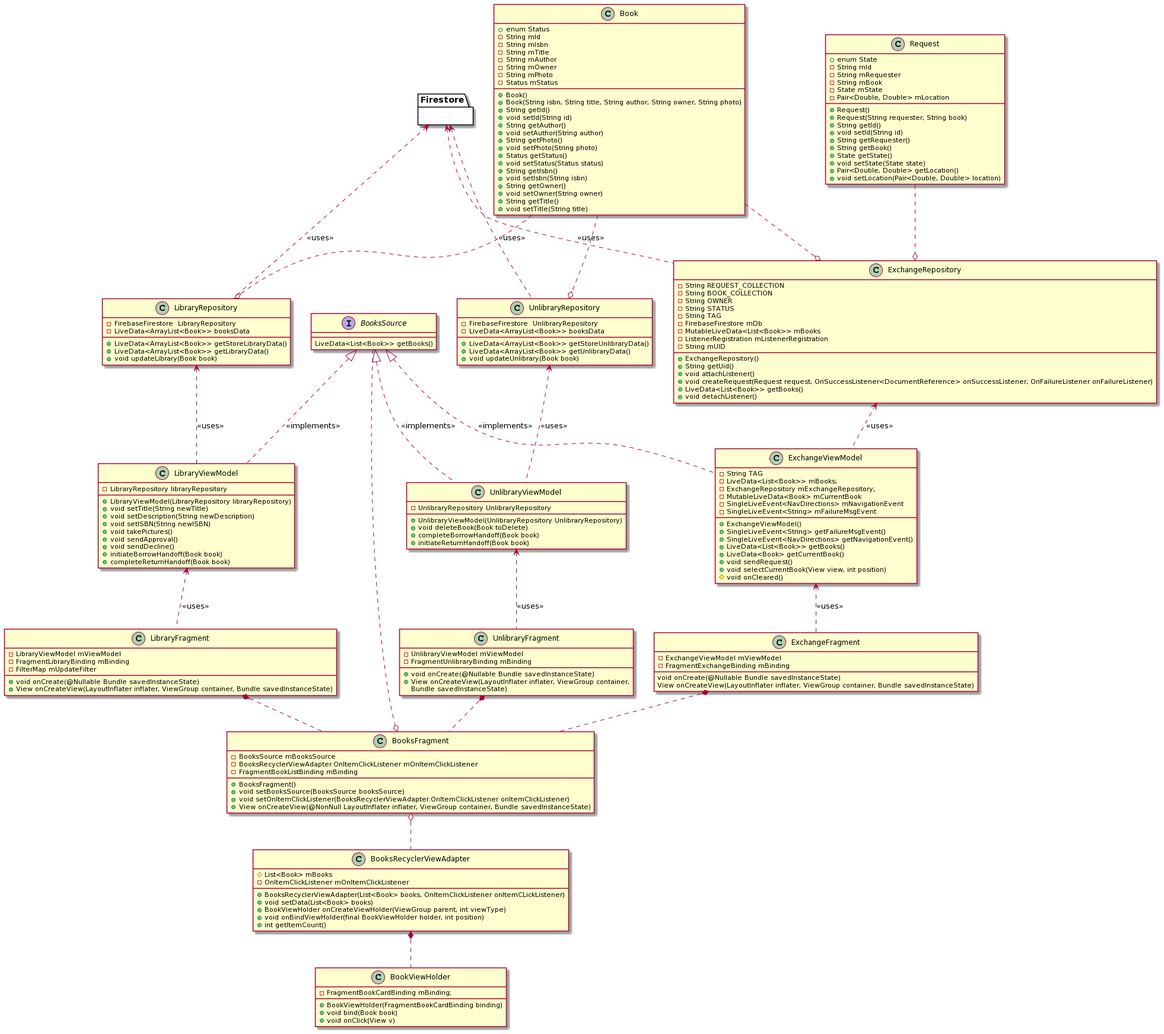
Above: doc/UML/MVVM.png in CMPUT301F20T24/Unlibrary (PlantUML), before the change.
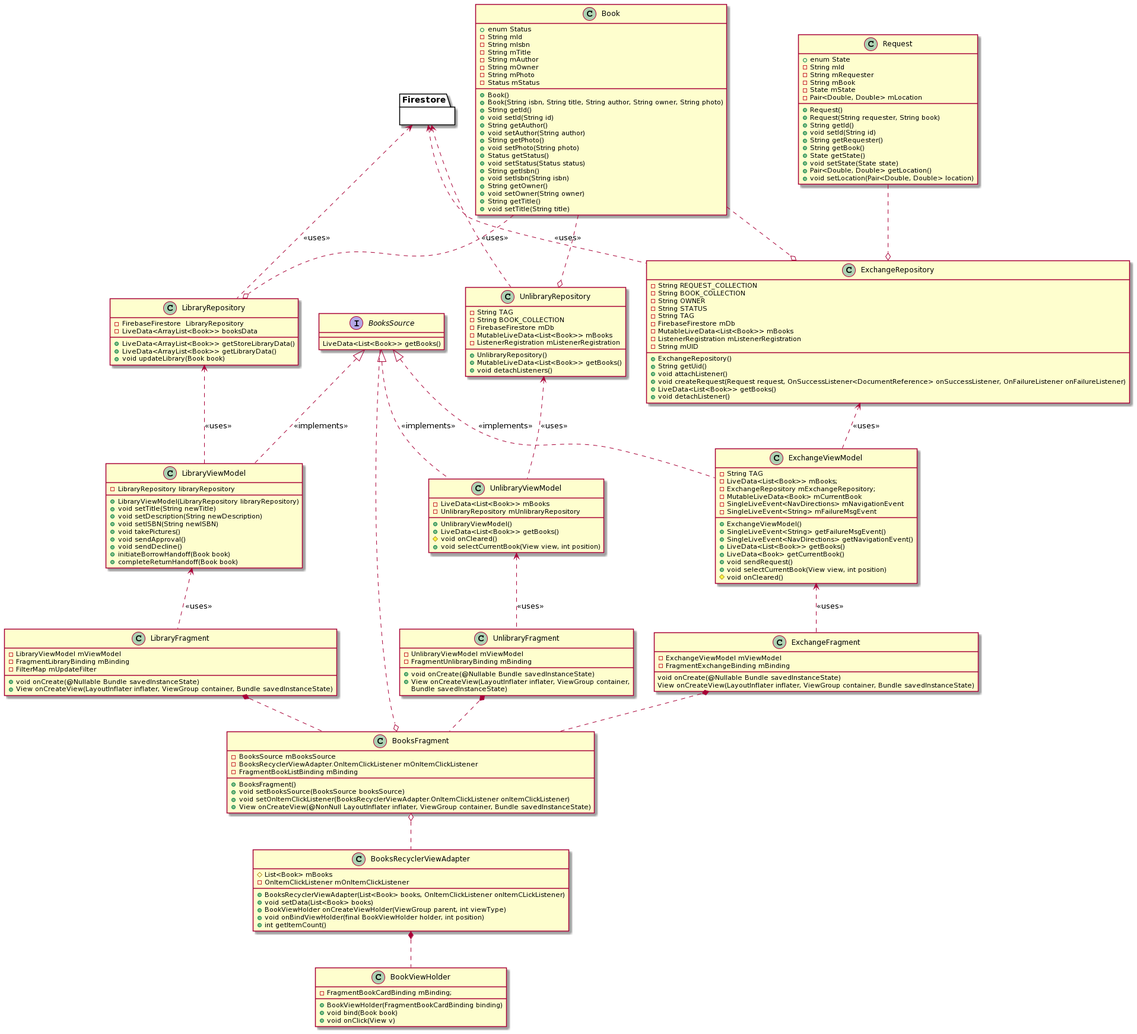
Later version of the same file.

What changed in the source:
```diff
@@ -137,19 +137,23 @@
 }
 
 class UnlibraryRepository {
--FirebaseFirestore  UnlibraryRepository
--LiveData<ArrayList<Book>> booksData
-+LiveData<ArrayList<Book>> getStoreUnlibraryData()
-+LiveData<ArrayList<Book>> getUnlibraryData()
-+void updateUnlibrary(Book book)
+-String TAG
+-String BOOK_COLLECTION
+-FirebaseFirestore mDb
+-MutableLiveData<List<Book>> mBooks
+-ListenerRegistration mListenerRegistration
++UnlibraryRepository()
++MutableLiveData<List<Book>> getBooks()
++void detachListeners()
 }
 
 class UnlibraryViewModel {
--UnlibraryRepository UnlibraryRepository
-+UnlibraryViewModel(UnlibraryRepository UnlibraryRepository)
-+void deleteBook(Book toDelete)
-+completeBorrowHandoff(Book book)
-+initiateReturnHandoff(Book book)
+-LiveData<List<Book>> mBooks
+-UnlibraryRepository mUnlibraryRepository
++UnlibraryViewModel()
++LiveData<List<Book>> getBooks()
+#void onCleared()
++void selectCurrentBook(View view, int position)
 }
 
 package Firestore {}
```
